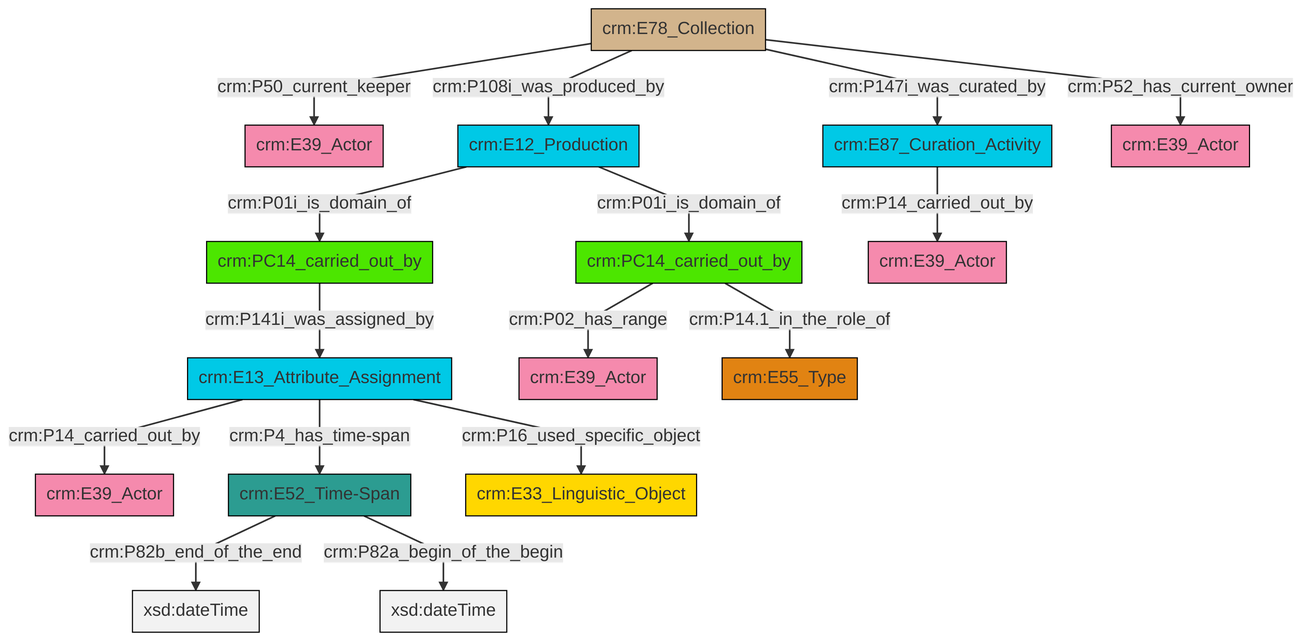
Earlier version of the Mermaid export et/archivalCSV/ttl/mmd/png/archival_relation.png (swiss-art-research-net/docs.swissartresearch). Its source is kept beside it as et/archivalCSV/ttl/mmd/archival_relation.ttl.mmd.
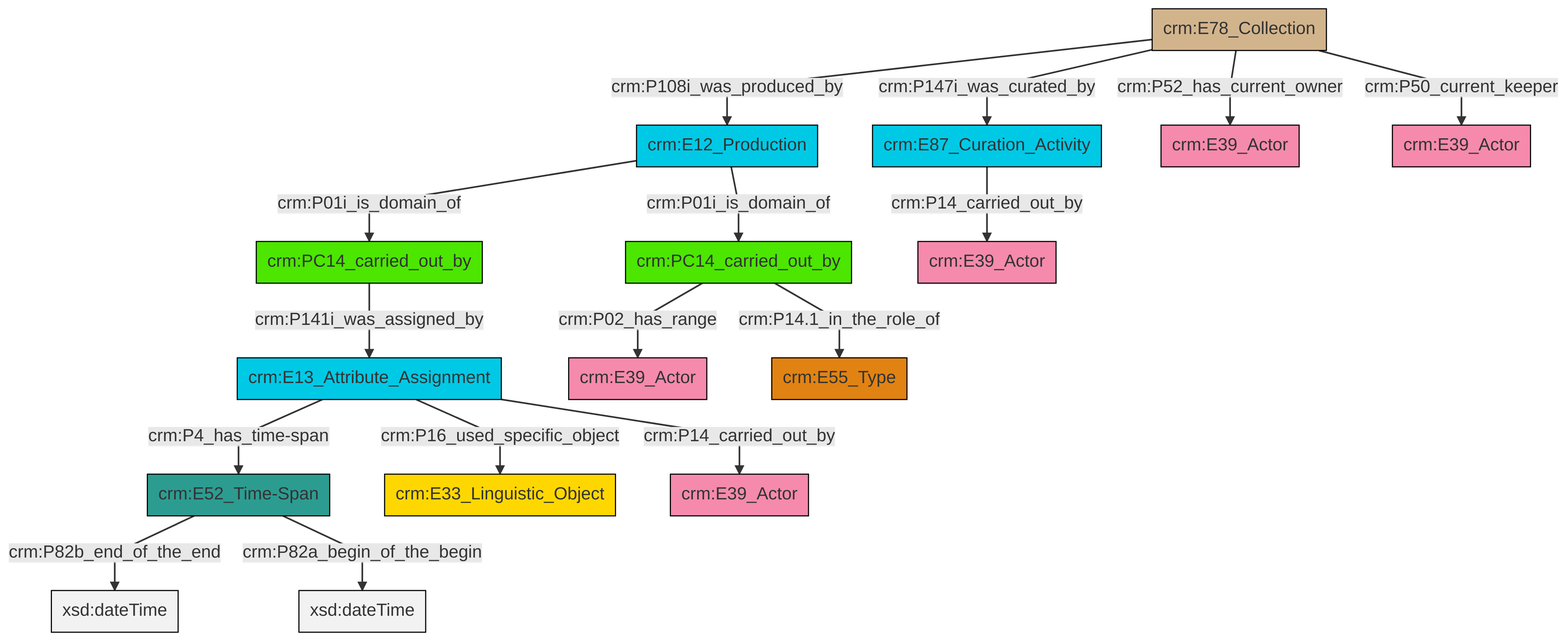
The same diagram one commit later.

What changed in the source:
```diff
@@ -13,18 +13,18 @@
 classDef PC_Classes fill:#4ce600, stroke:#000000;
 classDef Multi fill:#cccccc,stroke:#000000;
 
-0["crm:E13_Attribute_Assignment"]:::Temporal_Entity -->|crm:P14_carried_out_by| 1["crm:E39_Actor"]:::Actor
-4["crm:PC14_carried_out_by"]:::PC_Classes -->|crm:P141i_was_assigned_by| 0["crm:E13_Attribute_Assignment"]:::Temporal_Entity
-8["crm:E52_Time-Span"]:::Time-Span -->|crm:P82b_end_of_the_end| 9[xsd:dateTime]:::Literal
-10["crm:PC14_carried_out_by"]:::PC_Classes -->|crm:P02_has_range| 11["crm:E39_Actor"]:::Actor
-6["crm:E12_Production"]:::Temporal_Entity -->|crm:P01i_is_domain_of| 10["crm:PC14_carried_out_by"]:::PC_Classes
-12["crm:E78_Collection"]:::Physical_Thing -->|crm:P108i_was_produced_by| 6["crm:E12_Production"]:::Temporal_Entity
-8["crm:E52_Time-Span"]:::Time-Span -->|crm:P82a_begin_of_the_begin| 17[xsd:dateTime]:::Literal
-6["crm:E12_Production"]:::Temporal_Entity -->|crm:P01i_is_domain_of| 4["crm:PC14_carried_out_by"]:::PC_Classes
-0["crm:E13_Attribute_Assignment"]:::Temporal_Entity -->|crm:P4_has_time-span| 8["crm:E52_Time-Span"]:::Time-Span
-12["crm:E78_Collection"]:::Physical_Thing -->|crm:P147i_was_curated_by| 20["crm:E87_Curation_Activity"]:::Temporal_Entity
-12["crm:E78_Collection"]:::Physical_Thing -->|crm:P52_has_current_owner| 25["crm:E39_Actor"]:::Actor
-10["crm:PC14_carried_out_by"]:::PC_Classes -->|crm:P14.1_in_the_role_of| 26["crm:E55_Type"]:::Type
-12["crm:E78_Collection"]:::Physical_Thing -->|crm:P50_current_keeper| 2["crm:E39_Actor"]:::Actor
-0["crm:E13_Attribute_Assignment"]:::Temporal_Entity -->|crm:P16_used_specific_object| 13["crm:E33_Linguistic_Object"]:::Conceptual_Object
-20["crm:E87_Curation_Activity"]:::Temporal_Entity -->|crm:P14_carried_out_by| 15["crm:E39_Actor"]:::Actor
+0["crm:E78_Collection"]:::Physical_Thing -->|crm:P108i_was_produced_by| 1["crm:E12_Production"]:::Temporal_Entity
+1["crm:E12_Production"]:::Temporal_Entity -->|crm:P01i_is_domain_of| 2["crm:PC14_carried_out_by"]:::PC_Classes
+0["crm:E78_Collection"]:::Physical_Thing -->|crm:P147i_was_curated_by| 10["crm:E87_Curation_Activity"]:::Temporal_Entity
+3["crm:E13_Attribute_Assignment"]:::Temporal_Entity -->|crm:P16_used_specific_object| 11["crm:E33_Linguistic_Object"]:::Conceptual_Object
+3["crm:E13_Attribute_Assignment"]:::Temporal_Entity -->|crm:P14_carried_out_by| 13["crm:E39_Actor"]:::Actor
+2["crm:PC14_carried_out_by"]:::PC_Classes -->|crm:P02_has_range| 14["crm:E39_Actor"]:::Actor
+3["crm:E13_Attribute_Assignment"]:::Temporal_Entity -->|crm:P4_has_time-span| 8["crm:E52_Time-Span"]:::Time-Span
+0["crm:E78_Collection"]:::Physical_Thing -->|crm:P52_has_current_owner| 17["crm:E39_Actor"]:::Actor
+8["crm:E52_Time-Span"]:::Time-Span -->|crm:P82b_end_of_the_end| 21[xsd:dateTime]:::Literal
+2["crm:PC14_carried_out_by"]:::PC_Classes -->|crm:P14.1_in_the_role_of| 22["crm:E55_Type"]:::Type
+1["crm:E12_Production"]:::Temporal_Entity -->|crm:P01i_is_domain_of| 5["crm:PC14_carried_out_by"]:::PC_Classes
+10["crm:E87_Curation_Activity"]:::Temporal_Entity -->|crm:P14_carried_out_by| 25["crm:E39_Actor"]:::Actor
+0["crm:E78_Collection"]:::Physical_Thing -->|crm:P50_current_keeper| 26["crm:E39_Actor"]:::Actor
+5["crm:PC14_carried_out_by"]:::PC_Classes -->|crm:P141i_was_assigned_by| 3["crm:E13_Attribute_Assignment"]:::Temporal_Entity
+8["crm:E52_Time-Span"]:::Time-Span -->|crm:P82a_begin_of_the_begin| 29[xsd:dateTime]:::Literal
```
